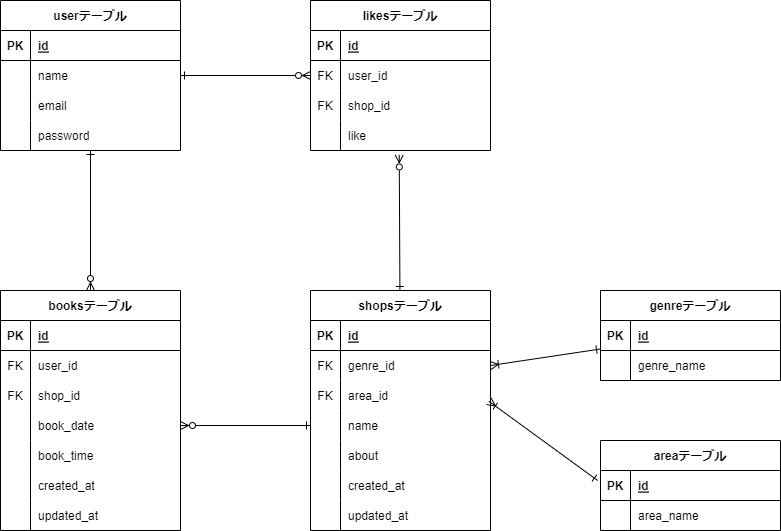
Earlier version of the draw.io export er.drawio.png (kei1476/Booking_App). Source tidied: cells renumbered, new cells last; positions are measured from the earlier drawing's top-left corner, leaving out a move shared by most shapes.
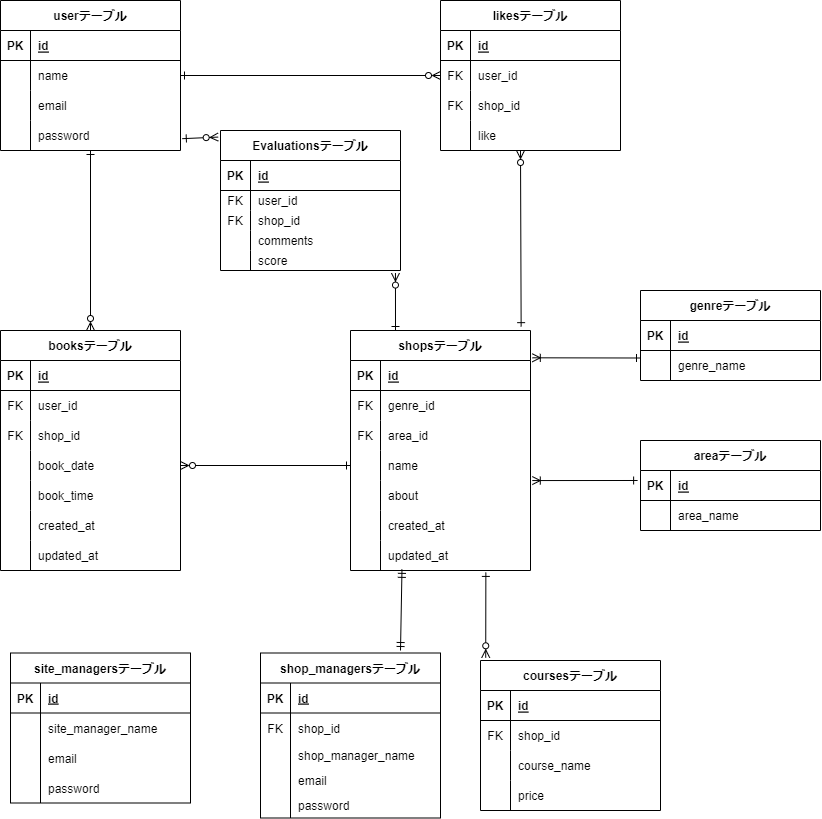
After the change.

The edit, as a diff of the source:
```diff
@@ -6,7 +6,7 @@
       <mxGeometry relative="1" as="geometry" />
     </mxCell>
     <mxCell id="3" value="userテーブル" style="shape=table;startSize=30;rowLines=0;fontStyle=1;align=center;" parent="1" vertex="1">
-      <mxGeometry width="180" height="150" as="geometry" />
+      <mxGeometry x="-40" width="180" height="150" as="geometry" />
     </mxCell>
     <mxCell id="4" style="shape=tableRow;horizontal=0;startSize=0;swimlaneHead=0;swimlaneBody=0;fillColor=none;top=0;left=0;right=0;bottom=1;" parent="3" vertex="1">
       <mxGeometry y="30" width="180" height="30" as="geometry" />
@@ -45,7 +45,7 @@
       <mxGeometry x="30" width="150" height="30" as="geometry" />
     </mxCell>
     <mxCell id="16" value="likesテーブル" style="shape=table;startSize=30;rowLines=0;fontStyle=1;align=center;" parent="1" vertex="1">
-      <mxGeometry x="310" width="180" height="150" as="geometry" />
+      <mxGeometry x="400" width="180" height="150" as="geometry" />
     </mxCell>
     <mxCell id="17" style="shape=tableRow;horizontal=0;startSize=0;swimlaneHead=0;swimlaneBody=0;fillColor=none;top=0;left=0;right=0;bottom=1;" parent="16" vertex="1">
       <mxGeometry y="30" width="180" height="30" as="geometry" />
@@ -83,11 +83,13 @@
     <mxCell id="28" value="like" style="shape=partialRectangle;fillColor=none;top=0;left=0;bottom=0;right=0;align=left;spacingLeft=6;overflow=hidden;" parent="26" vertex="1">
       <mxGeometry x="30" width="150" height="30" as="geometry" />
     </mxCell>
-    <mxCell id="29" style="edgeStyle=none;html=1;entryX=0.493;entryY=1.147;entryDx=0;entryDy=0;entryPerimeter=0;startArrow=ERone;startFill=0;endArrow=ERzeroToMany;endFill=0;" parent="1" edge="1" source="30" target="26">
-      <mxGeometry relative="1" as="geometry" />
+    <mxCell id="29" style="edgeStyle=none;html=1;startArrow=ERone;startFill=0;endArrow=ERzeroToMany;endFill=0;exitX=0.948;exitY=-0.016;exitDx=0;exitDy=0;exitPerimeter=0;" parent="1" edge="1" source="30">
+      <mxGeometry relative="1" as="geometry">
+        <mxPoint x="480" y="150" as="targetPoint" />
+      </mxGeometry>
     </mxCell>
     <mxCell id="30" value="shopsテーブル" style="shape=table;startSize=30;rowLines=0;fontStyle=1;align=center;" parent="1" vertex="1">
-      <mxGeometry x="310" y="290" width="180" height="240" as="geometry" />
+      <mxGeometry x="310" y="330" width="180" height="240" as="geometry" />
     </mxCell>
     <mxCell id="31" style="shape=tableRow;horizontal=0;startSize=0;swimlaneHead=0;swimlaneBody=0;fillColor=none;points=[[0,0.5],[1,0.5]];portConstraint=eastwest;top=0;left=0;right=0;bottom=1;" parent="30" vertex="1">
       <mxGeometry y="30" width="180" height="30" as="geometry" />
@@ -153,7 +155,7 @@
       <mxGeometry x="30" width="150" height="30" as="geometry" />
     </mxCell>
     <mxCell id="52" value="booksテーブル" style="shape=table;startSize=30;rowLines=0;fontStyle=1;align=center;" parent="1" vertex="1">
-      <mxGeometry y="290" width="180" height="240" as="geometry" />
+      <mxGeometry x="-40" y="330" width="180" height="240" as="geometry" />
     </mxCell>
     <mxCell id="53" style="shape=tableRow;horizontal=0;startSize=0;swimlaneHead=0;swimlaneBody=0;fillColor=none;top=0;left=0;right=0;bottom=1;" parent="52" vertex="1">
       <mxGeometry y="30" width="180" height="30" as="geometry" />
@@ -266,11 +268,199 @@
     <mxCell id="89" value="area_name" style="shape=partialRectangle;fillColor=none;top=0;left=0;bottom=0;right=0;align=left;spacingLeft=6;overflow=hidden;" parent="87" vertex="1">
       <mxGeometry x="30" width="150" height="30" as="geometry" />
     </mxCell>
-    <mxCell id="90" style="edgeStyle=none;html=1;entryX=1;entryY=0.5;entryDx=0;entryDy=0;startArrow=ERone;startFill=0;endArrow=ERoneToMany;endFill=0;" parent="1" edge="1" source="77" target="34">
+    <mxCell id="90" style="edgeStyle=none;html=1;entryX=1.01;entryY=-0.09;entryDx=0;entryDy=0;startArrow=ERone;startFill=0;endArrow=ERoneToMany;endFill=0;exitX=0;exitY=0.75;exitDx=0;exitDy=0;entryPerimeter=0;" parent="1" edge="1" source="76" target="31">
       <mxGeometry relative="1" as="geometry" />
     </mxCell>
-    <mxCell id="91" style="edgeStyle=none;html=1;entryX=0.991;entryY=0.693;entryDx=0;entryDy=0;entryPerimeter=0;startArrow=ERone;startFill=0;endArrow=ERoneToMany;endFill=0;exitX=-0.016;exitY=0.333;exitDx=0;exitDy=0;exitPerimeter=0;" parent="1" edge="1" source="84" target="37">
+    <mxCell id="91" style="edgeStyle=none;html=1;entryX=1.01;entryY=1.002;entryDx=0;entryDy=0;entryPerimeter=0;startArrow=ERone;startFill=0;endArrow=ERoneToMany;endFill=0;exitX=-0.016;exitY=0.333;exitDx=0;exitDy=0;exitPerimeter=0;" parent="1" edge="1" source="84" target="40">
       <mxGeometry relative="1" as="geometry" />
     </mxCell>
+    <mxCell id="92" value="Evaluationsテーブル" style="shape=table;startSize=30;rowLines=0;fontStyle=1;align=center;" parent="1" vertex="1">
+      <mxGeometry x="180" y="130" width="180" height="140" as="geometry" />
+    </mxCell>
+    <mxCell id="93" style="shape=tableRow;horizontal=0;startSize=0;swimlaneHead=0;swimlaneBody=0;fillColor=none;top=0;left=0;right=0;bottom=1;" parent="92" vertex="1">
+      <mxGeometry y="30" width="180" height="30" as="geometry" />
+    </mxCell>
+    <mxCell id="94" value="PK" style="shape=partialRectangle;fillColor=none;top=0;left=0;bottom=0;right=0;fontStyle=1;overflow=hidden;" parent="93" vertex="1">
+      <mxGeometry width="30" height="30" as="geometry" />
+    </mxCell>
+    <mxCell id="95" value="id" style="shape=partialRectangle;fillColor=none;top=0;left=0;bottom=0;right=0;align=left;spacingLeft=6;fontStyle=5;overflow=hidden;" parent="93" vertex="1">
+      <mxGeometry x="30" width="150" height="30" as="geometry" />
+    </mxCell>
+    <mxCell id="96" style="shape=tableRow;horizontal=0;startSize=0;swimlaneHead=0;swimlaneBody=0;fillColor=none;top=0;left=0;right=0;bottom=0;" parent="92" vertex="1">
+      <mxGeometry y="60" width="180" height="20" as="geometry" />
+    </mxCell>
+    <mxCell id="97" value="FK" style="shape=partialRectangle;fillColor=none;top=0;left=0;bottom=0;right=0;overflow=hidden;" parent="96" vertex="1">
+      <mxGeometry width="30" height="20" as="geometry" />
+    </mxCell>
+    <mxCell id="98" value="user_id" style="shape=partialRectangle;fillColor=none;top=0;left=0;bottom=0;right=0;align=left;spacingLeft=6;overflow=hidden;" parent="96" vertex="1">
+      <mxGeometry x="30" width="150" height="20" as="geometry" />
+    </mxCell>
+    <mxCell id="99" style="shape=tableRow;horizontal=0;startSize=0;swimlaneHead=0;swimlaneBody=0;fillColor=none;top=0;left=0;right=0;bottom=0;" parent="92" vertex="1">
+      <mxGeometry y="80" width="180" height="20" as="geometry" />
+    </mxCell>
+    <mxCell id="100" value="FK" style="shape=partialRectangle;fillColor=none;top=0;left=0;bottom=0;right=0;overflow=hidden;" parent="99" vertex="1">
+      <mxGeometry width="30" height="20" as="geometry" />
+    </mxCell>
+    <mxCell id="101" value="shop_id" style="shape=partialRectangle;fillColor=none;top=0;left=0;bottom=0;right=0;align=left;spacingLeft=6;overflow=hidden;" parent="99" vertex="1">
+      <mxGeometry x="30" width="150" height="20" as="geometry" />
+    </mxCell>
+    <mxCell id="102" style="shape=tableRow;horizontal=0;startSize=0;swimlaneHead=0;swimlaneBody=0;fillColor=none;top=0;left=0;right=0;bottom=0;" parent="92" vertex="1">
+      <mxGeometry y="100" width="180" height="20" as="geometry" />
+    </mxCell>
+    <mxCell id="103" style="shape=partialRectangle;fillColor=none;top=0;left=0;bottom=0;right=0;overflow=hidden;" parent="102" vertex="1">
+      <mxGeometry width="30" height="20" as="geometry" />
+    </mxCell>
+    <mxCell id="104" value="comments" style="shape=partialRectangle;fillColor=none;top=0;left=0;bottom=0;right=0;align=left;spacingLeft=6;overflow=hidden;" parent="102" vertex="1">
+      <mxGeometry x="30" width="150" height="20" as="geometry" />
+    </mxCell>
+    <mxCell id="105" style="shape=tableRow;horizontal=0;startSize=0;swimlaneHead=0;swimlaneBody=0;fillColor=none;points=[[0,0.5],[1,0.5]];portConstraint=eastwest;top=0;left=0;right=0;bottom=0;" parent="92" vertex="1">
+      <mxGeometry y="120" width="180" height="20" as="geometry" />
+    </mxCell>
+    <mxCell id="106" style="shape=partialRectangle;fillColor=none;top=0;left=0;bottom=0;right=0;overflow=hidden;" parent="105" vertex="1">
+      <mxGeometry width="30" height="20" as="geometry" />
+    </mxCell>
+    <mxCell id="107" value="score" style="shape=partialRectangle;fillColor=none;top=0;left=0;bottom=0;right=0;align=left;spacingLeft=6;overflow=hidden;" parent="105" vertex="1">
+      <mxGeometry x="30" width="150" height="20" as="geometry" />
+    </mxCell>
+    <mxCell id="108" style="fontSize=12;html=1;endArrow=ERzeroToMany;startArrow=ERone;exitX=0.25;exitY=0;exitDx=0;exitDy=0;startFill=0;entryX=0.972;entryY=1.129;entryDx=0;entryDy=0;entryPerimeter=0;" parent="1" edge="1" source="30" target="105">
+      <mxGeometry relative="1" as="geometry" />
+    </mxCell>
+    <mxCell id="109" style="fontSize=12;html=1;endArrow=ERzeroToMany;startArrow=ERone;exitX=1.01;exitY=0.606;exitDx=0;exitDy=0;exitPerimeter=0;startFill=0;entryX=-0.013;entryY=0.047;entryDx=0;entryDy=0;entryPerimeter=0;" parent="1" edge="1" source="13" target="92">
+      <mxGeometry relative="1" as="geometry" />
+    </mxCell>
+    <mxCell id="110" value="coursesテーブル" style="shape=table;startSize=30;rowLines=0;fontStyle=1;align=center;" parent="1" vertex="1">
+      <mxGeometry x="440" y="660" width="180" height="150" as="geometry" />
+    </mxCell>
+    <mxCell id="111" style="shape=tableRow;horizontal=0;startSize=0;swimlaneHead=0;swimlaneBody=0;fillColor=none;top=0;left=0;right=0;bottom=1;" parent="110" vertex="1">
+      <mxGeometry y="30" width="180" height="30" as="geometry" />
+    </mxCell>
+    <mxCell id="112" value="PK" style="shape=partialRectangle;fillColor=none;top=0;left=0;bottom=0;right=0;fontStyle=1;overflow=hidden;" parent="111" vertex="1">
+      <mxGeometry width="30" height="30" as="geometry" />
+    </mxCell>
+    <mxCell id="113" value="id" style="shape=partialRectangle;fillColor=none;top=0;left=0;bottom=0;right=0;align=left;spacingLeft=6;fontStyle=5;overflow=hidden;" parent="111" vertex="1">
+      <mxGeometry x="30" width="150" height="30" as="geometry" />
+    </mxCell>
+    <mxCell id="114" style="shape=tableRow;horizontal=0;startSize=0;swimlaneHead=0;swimlaneBody=0;fillColor=none;top=0;left=0;right=0;bottom=0;" parent="110" vertex="1">
+      <mxGeometry y="60" width="180" height="30" as="geometry" />
+    </mxCell>
+    <mxCell id="115" value="FK" style="shape=partialRectangle;fillColor=none;top=0;left=0;bottom=0;right=0;overflow=hidden;" parent="114" vertex="1">
+      <mxGeometry width="30" height="30" as="geometry" />
+    </mxCell>
+    <mxCell id="116" value="shop_id" style="shape=partialRectangle;fillColor=none;top=0;left=0;bottom=0;right=0;align=left;spacingLeft=6;overflow=hidden;" parent="114" vertex="1">
+      <mxGeometry x="30" width="150" height="30" as="geometry" />
+    </mxCell>
+    <mxCell id="117" style="shape=tableRow;horizontal=0;startSize=0;swimlaneHead=0;swimlaneBody=0;fillColor=none;top=0;left=0;right=0;bottom=0;" parent="110" vertex="1">
+      <mxGeometry y="90" width="180" height="30" as="geometry" />
+    </mxCell>
+    <mxCell id="118" style="shape=partialRectangle;fillColor=none;top=0;left=0;bottom=0;right=0;overflow=hidden;" parent="117" vertex="1">
+      <mxGeometry width="30" height="30" as="geometry" />
+    </mxCell>
+    <mxCell id="119" value="course_name" style="shape=partialRectangle;fillColor=none;top=0;left=0;bottom=0;right=0;align=left;spacingLeft=6;overflow=hidden;" parent="117" vertex="1">
+      <mxGeometry x="30" width="150" height="30" as="geometry" />
+    </mxCell>
+    <mxCell id="120" style="shape=tableRow;horizontal=0;startSize=0;swimlaneHead=0;swimlaneBody=0;fillColor=none;top=0;left=0;right=0;bottom=0;" parent="110" vertex="1">
+      <mxGeometry y="120" width="180" height="30" as="geometry" />
+    </mxCell>
+    <mxCell id="121" style="shape=partialRectangle;fillColor=none;top=0;left=0;bottom=0;right=0;overflow=hidden;" parent="120" vertex="1">
+      <mxGeometry width="30" height="30" as="geometry" />
+    </mxCell>
+    <mxCell id="122" value="price" style="shape=partialRectangle;fillColor=none;top=0;left=0;bottom=0;right=0;align=left;spacingLeft=6;overflow=hidden;" parent="120" vertex="1">
+      <mxGeometry x="30" width="150" height="30" as="geometry" />
+    </mxCell>
+    <mxCell id="123" style="fontSize=12;html=1;endArrow=ERzeroToMany;startArrow=ERone;exitX=0.752;exitY=1.064;exitDx=0;exitDy=0;exitPerimeter=0;entryX=0.029;entryY=-0.018;entryDx=0;entryDy=0;entryPerimeter=0;startFill=0;" parent="1" edge="1" source="49" target="110">
+      <mxGeometry relative="1" as="geometry" />
+    </mxCell>
+    <mxCell id="124" value="shop_managersテーブル" style="shape=table;startSize=30;rowLines=0;fontStyle=1;align=center;" parent="1" vertex="1">
+      <mxGeometry x="220" y="652.5" width="180" height="165" as="geometry" />
+    </mxCell>
+    <mxCell id="125" style="shape=tableRow;horizontal=0;startSize=0;swimlaneHead=0;swimlaneBody=0;fillColor=none;top=0;left=0;right=0;bottom=1;" parent="124" vertex="1">
+      <mxGeometry y="30" width="180" height="30" as="geometry" />
+    </mxCell>
+    <mxCell id="126" value="PK" style="shape=partialRectangle;fillColor=none;top=0;left=0;bottom=0;right=0;fontStyle=1;overflow=hidden;" parent="125" vertex="1">
+      <mxGeometry width="30" height="30" as="geometry" />
+    </mxCell>
+    <mxCell id="127" value="id" style="shape=partialRectangle;fillColor=none;top=0;left=0;bottom=0;right=0;align=left;spacingLeft=6;fontStyle=5;overflow=hidden;" parent="125" vertex="1">
+      <mxGeometry x="30" width="150" height="30" as="geometry" />
+    </mxCell>
+    <mxCell id="128" style="shape=tableRow;horizontal=0;startSize=0;swimlaneHead=0;swimlaneBody=0;fillColor=none;top=0;left=0;right=0;bottom=0;" parent="124" vertex="1">
+      <mxGeometry y="60" width="180" height="30" as="geometry" />
+    </mxCell>
+    <mxCell id="129" value="FK" style="shape=partialRectangle;fillColor=none;top=0;left=0;bottom=0;right=0;overflow=hidden;" parent="128" vertex="1">
+      <mxGeometry width="30" height="30" as="geometry" />
+    </mxCell>
+    <mxCell id="130" value="shop_id" style="shape=partialRectangle;fillColor=none;top=0;left=0;bottom=0;right=0;align=left;spacingLeft=6;overflow=hidden;" parent="128" vertex="1">
+      <mxGeometry x="30" width="150" height="30" as="geometry" />
+    </mxCell>
+    <mxCell id="131" style="shape=tableRow;horizontal=0;startSize=0;swimlaneHead=0;swimlaneBody=0;fillColor=none;top=0;left=0;right=0;bottom=0;" parent="124" vertex="1">
+      <mxGeometry y="90" width="180" height="25" as="geometry" />
+    </mxCell>
+    <mxCell id="132" style="shape=partialRectangle;fillColor=none;top=0;left=0;bottom=0;right=0;overflow=hidden;" parent="131" vertex="1">
+      <mxGeometry width="30" height="25" as="geometry" />
+    </mxCell>
+    <mxCell id="133" value="shop_manager_name" style="shape=partialRectangle;fillColor=none;top=0;left=0;bottom=0;right=0;align=left;spacingLeft=6;overflow=hidden;" parent="131" vertex="1">
+      <mxGeometry x="30" width="150" height="25" as="geometry" />
+    </mxCell>
+    <mxCell id="134" style="shape=tableRow;horizontal=0;startSize=0;swimlaneHead=0;swimlaneBody=0;fillColor=none;top=0;left=0;right=0;bottom=0;" parent="124" vertex="1">
+      <mxGeometry y="115" width="180" height="25" as="geometry" />
+    </mxCell>
+    <mxCell id="135" style="shape=partialRectangle;fillColor=none;top=0;left=0;bottom=0;right=0;overflow=hidden;" parent="134" vertex="1">
+      <mxGeometry width="30" height="25" as="geometry" />
+    </mxCell>
+    <mxCell id="136" value="email" style="shape=partialRectangle;fillColor=none;top=0;left=0;bottom=0;right=0;align=left;spacingLeft=6;overflow=hidden;" parent="134" vertex="1">
+      <mxGeometry x="30" width="150" height="25" as="geometry" />
+    </mxCell>
+    <mxCell id="137" style="shape=tableRow;horizontal=0;startSize=0;swimlaneHead=0;swimlaneBody=0;fillColor=none;top=0;left=0;right=0;bottom=0;" parent="124" vertex="1">
+      <mxGeometry y="140" width="180" height="25" as="geometry" />
+    </mxCell>
+    <mxCell id="138" style="shape=partialRectangle;fillColor=none;top=0;left=0;bottom=0;right=0;overflow=hidden;" parent="137" vertex="1">
+      <mxGeometry width="30" height="25" as="geometry" />
+    </mxCell>
+    <mxCell id="139" value="password" style="shape=partialRectangle;fillColor=none;top=0;left=0;bottom=0;right=0;align=left;spacingLeft=6;overflow=hidden;" parent="137" vertex="1">
+      <mxGeometry x="30" width="150" height="25" as="geometry" />
+    </mxCell>
+    <mxCell id="140" value="site_managersテーブル" style="shape=table;startSize=30;rowLines=0;fontStyle=1;align=center;" parent="1" vertex="1">
+      <mxGeometry x="-30" y="652.5" width="180" height="150" as="geometry" />
+    </mxCell>
+    <mxCell id="141" style="shape=tableRow;horizontal=0;startSize=0;swimlaneHead=0;swimlaneBody=0;fillColor=none;top=0;left=0;right=0;bottom=1;" parent="140" vertex="1">
+      <mxGeometry y="30" width="180" height="30" as="geometry" />
+    </mxCell>
+    <mxCell id="142" value="PK" style="shape=partialRectangle;fillColor=none;top=0;left=0;bottom=0;right=0;fontStyle=1;overflow=hidden;" parent="141" vertex="1">
+      <mxGeometry width="30" height="30" as="geometry" />
+    </mxCell>
+    <mxCell id="143" value="id" style="shape=partialRectangle;fillColor=none;top=0;left=0;bottom=0;right=0;align=left;spacingLeft=6;fontStyle=5;overflow=hidden;" parent="141" vertex="1">
+      <mxGeometry x="30" width="150" height="30" as="geometry" />
+    </mxCell>
+    <mxCell id="144" style="shape=tableRow;horizontal=0;startSize=0;swimlaneHead=0;swimlaneBody=0;fillColor=none;top=0;left=0;right=0;bottom=0;" parent="140" vertex="1">
+      <mxGeometry y="60" width="180" height="30" as="geometry" />
+    </mxCell>
+    <mxCell id="145" style="shape=partialRectangle;fillColor=none;top=0;left=0;bottom=0;right=0;overflow=hidden;" parent="144" vertex="1">
+      <mxGeometry width="30" height="30" as="geometry" />
+    </mxCell>
+    <mxCell id="146" value="site_manager_name" style="shape=partialRectangle;fillColor=none;top=0;left=0;bottom=0;right=0;align=left;spacingLeft=6;overflow=hidden;" parent="144" vertex="1">
+      <mxGeometry x="30" width="150" height="30" as="geometry" />
+    </mxCell>
+    <mxCell id="147" style="shape=tableRow;horizontal=0;startSize=0;swimlaneHead=0;swimlaneBody=0;fillColor=none;top=0;left=0;right=0;bottom=0;" parent="140" vertex="1">
+      <mxGeometry y="90" width="180" height="30" as="geometry" />
+    </mxCell>
+    <mxCell id="148" style="shape=partialRectangle;fillColor=none;top=0;left=0;bottom=0;right=0;overflow=hidden;" parent="147" vertex="1">
+      <mxGeometry width="30" height="30" as="geometry" />
+    </mxCell>
+    <mxCell id="149" value="email" style="shape=partialRectangle;fillColor=none;top=0;left=0;bottom=0;right=0;align=left;spacingLeft=6;overflow=hidden;" parent="147" vertex="1">
+      <mxGeometry x="30" width="150" height="30" as="geometry" />
+    </mxCell>
+    <mxCell id="150" style="shape=tableRow;horizontal=0;startSize=0;swimlaneHead=0;swimlaneBody=0;fillColor=none;top=0;left=0;right=0;bottom=0;" parent="140" vertex="1">
+      <mxGeometry y="120" width="180" height="30" as="geometry" />
+    </mxCell>
+    <mxCell id="151" style="shape=partialRectangle;fillColor=none;top=0;left=0;bottom=0;right=0;overflow=hidden;" parent="150" vertex="1">
+      <mxGeometry width="30" height="30" as="geometry" />
+    </mxCell>
+    <mxCell id="152" value="password" style="shape=partialRectangle;fillColor=none;top=0;left=0;bottom=0;right=0;align=left;spacingLeft=6;overflow=hidden;" parent="150" vertex="1">
+      <mxGeometry x="30" width="150" height="30" as="geometry" />
+    </mxCell>
+    <mxCell id="153" style="fontSize=12;html=1;endArrow=ERmandOne;startArrow=ERmandOne;entryX=0.286;entryY=0.962;entryDx=0;entryDy=0;entryPerimeter=0;" parent="1" edge="1" target="49">
+      <mxGeometry relative="1" as="geometry">
+        <mxPoint x="360" y="650" as="sourcePoint" />
+      </mxGeometry>
+    </mxCell>
   </root>
 </mxGraphModel>
```
